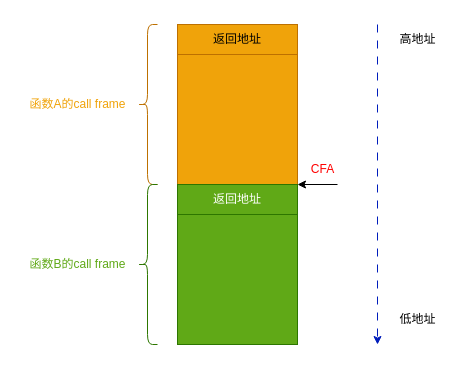
The draw.io diagram page "第 3 页" (3 of 3) of 框图.drawio in pengdonglin137/Arch_Picture, before the edit. Source tidied: cells renumbered, new cells numbered last; positions are measured from the earlier drawing's top-left corner, leaving out a move shared by most shapes. Both pictures are drawn from the tidied source at 100%, with x=0, y=0 at pixel (17, 24).
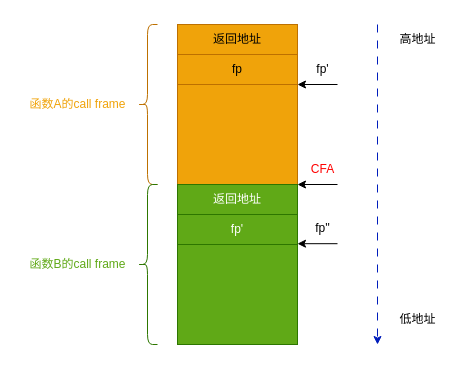
The same diagram, later.

Diff of the diagram source:
```diff
@@
+    <mxCell id="15" value="fp" style="rounded=0;whiteSpace=wrap;html=1;fillColor=#f0a30a;strokeColor=#BD7000;fontColor=#000000;" parent="1" vertex="1">
+      <mxGeometry x="160" y="30" width="120" height="30" as="geometry" />
+    </mxCell>
+    <mxCell id="16" value="fp'" style="rounded=0;whiteSpace=wrap;html=1;fillColor=#60a917;fontColor=#ffffff;strokeColor=#2D7600;" parent="1" vertex="1">
+      <mxGeometry x="160" y="190" width="120" height="30" as="geometry" />
+    </mxCell>
+    <mxCell id="17" style="endArrow=classic;html=1;rounded=0;entryX=1;entryY=0;entryDx=0;entryDy=0;" parent="1" edge="1">
+      <mxGeometry relative="1" as="geometry">
+        <mxPoint x="320" y="60" as="sourcePoint" />
+        <mxPoint x="280" y="60" as="targetPoint" />
+      </mxGeometry>
+    </mxCell>
+    <mxCell id="18" value="fp'" style="text;html=1;align=center;verticalAlign=middle;strokeColor=none;fillColor=none;" parent="1" vertex="1">
+      <mxGeometry x="285" y="30" width="40" height="30" as="geometry" />
+    </mxCell>
+    <mxCell id="19" style="endArrow=classic;html=1;rounded=0;entryX=1;entryY=0;entryDx=0;entryDy=0;" parent="1" edge="1">
+      <mxGeometry relative="1" as="geometry">
+        <mxPoint x="320" y="219.2" as="sourcePoint" />
+        <mxPoint x="280" y="219.2" as="targetPoint" />
+      </mxGeometry>
+    </mxCell>
+    <mxCell id="20" value="fp''" style="text;html=1;align=center;verticalAlign=middle;strokeColor=none;fillColor=none;" parent="1" vertex="1">
+      <mxGeometry x="285" y="189.2" width="40" height="30" as="geometry" />
+    </mxCell>
```
